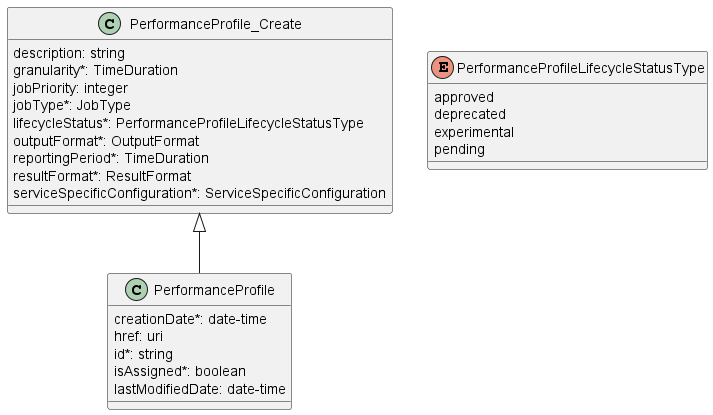
Above: documentation/serviceApi/pm/performance/media/performanceProfileModel.png in MEF-GIT/MEF-LSO-Legato-SDK (PlantUML), before the change.
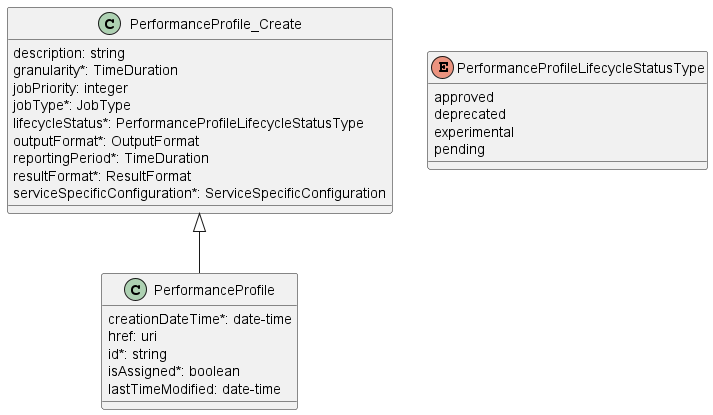
After the change.

What changed in the source:
```diff
@@ -2,11 +2,11 @@
 
 class PerformanceProfile {
 
-    creationDate*: date-time
+    creationDateTime*: date-time
     href: uri
     id*: string
     isAssigned*: boolean
-    lastModifiedDate: date-time
+    lastTimeModified: date-time
 }
 
 PerformanceProfile_Create <|-- PerformanceProfile
```
